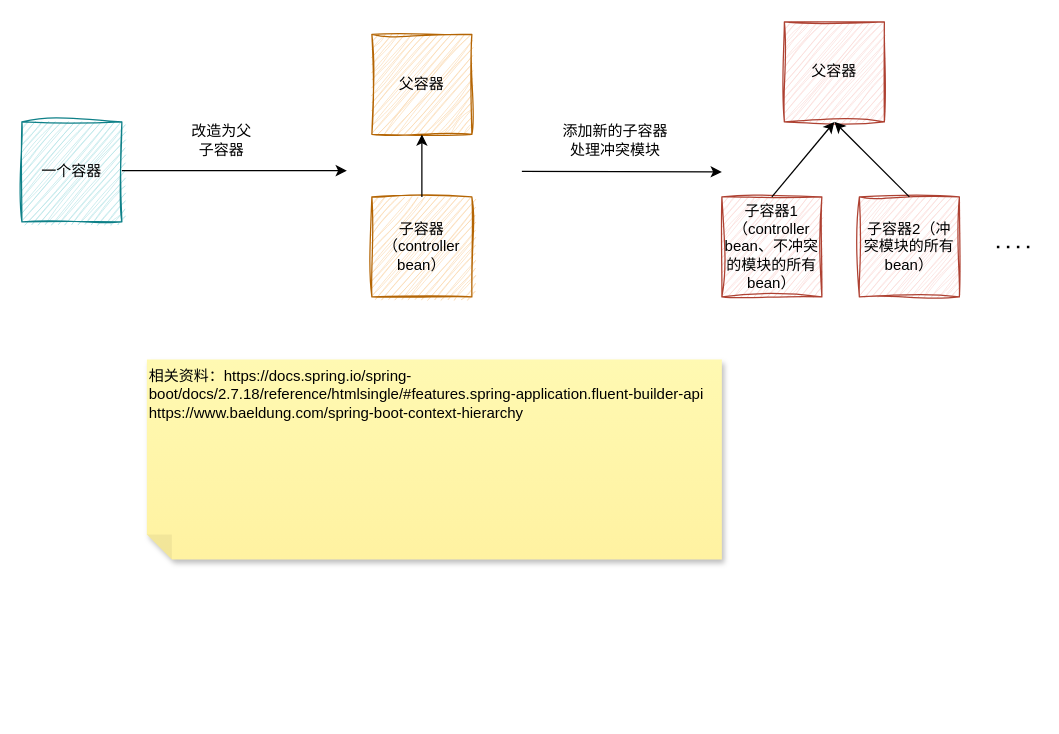
jiandanfeng/file_viewer keeps this draw.io diagram as springboot父子容器.drawio. Above is the earlier version. Source tidied: cells renumbered, new cells numbered last; positions are measured from the earlier drawing's top-left corner, leaving out a move shared by most shapes. Both pictures are drawn from the tidied source at 125%, with x=0, y=0 at pixel (21, 21).
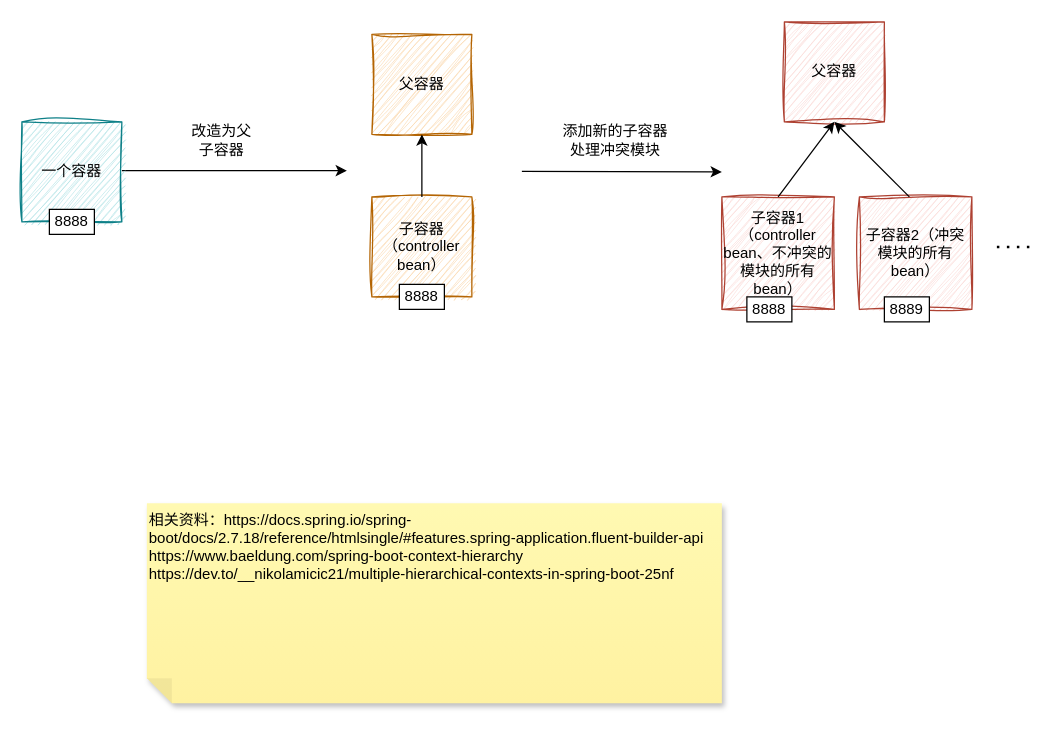
After the change.

Commit message (it also covers changes not shown here):
更新springboot父子容器.drawio

The edit, as a diff of the source:
```diff
@@
-    <mxCell id="2" value="一个容器" style="whiteSpace=wrap;html=1;fillColor=#b0e3e6;strokeColor=#0e8088;glass=0;rounded=0;sketch=1;curveFitting=1;jiggle=2;" parent="1" vertex="1">
-      <mxGeometry y="80" width="80" height="80" as="geometry" />
-    </mxCell>
@@
     <mxCell id="5" style="group;" parent="1" vertex="1">
-      <mxGeometry x="280" y="10" width="80" height="210" as="geometry" />
+      <mxGeometry x="280" y="10" width="80" height="220" as="geometry" />
     </mxCell>
@@
+    <mxCell id="19" value="8888" style="rounded=0;whiteSpace=wrap;html=1;" parent="5" vertex="1">
+      <mxGeometry x="22" y="200" width="36" height="20" as="geometry" />
+    </mxCell>
@@
+    <mxCell id="18" value="相关资料：https://docs.spring.io/spring-boot/docs/2.7.18/reference/htmlsingle/#features.spring-application.fluent-builder-api&lt;div&gt;https://www.baeldung.com/spring-boot-context-hierarchy&lt;/div&gt;&lt;div&gt;https://dev.to/__nikolamicic21/multiple-hierarchical-contexts-in-spring-boot-25nf&lt;/div&gt;" style="shape=note;whiteSpace=wrap;html=1;backgroundOutline=1;fontColor=#000000;darkOpacity=0.05;fillColor=#FFF9B2;strokeColor=none;fillStyle=solid;direction=west;gradientDirection=north;gradientColor=#FFF2A1;shadow=1;size=20;align=left;verticalAlign=top;" parent="1" vertex="1">
+      <mxGeometry x="100" y="385" width="460" height="160" as="geometry" />
+    </mxCell>
+    <mxCell id="20" style="group;" parent="1" vertex="1">
+      <mxGeometry x="560" width="250" height="240" as="geometry" />
+    </mxCell>
-    <mxCell id="11" style="group;fillColor=none;" parent="1" vertex="1">
-      <mxGeometry x="560" width="250" height="220" as="geometry" />
+    <mxCell id="11" style="group;fillColor=none;" parent="20" vertex="1">
+      <mxGeometry width="250" height="230" as="geometry" />
     </mxCell>
@@
     <mxCell id="13" value="子容器1（controller bean、不冲突的模块的所有bean）" style="whiteSpace=wrap;html=1;fillColor=#fad9d5;strokeColor=#ae4132;sketch=1;curveFitting=1;jiggle=2;" parent="11" vertex="1">
-      <mxGeometry y="140" width="80" height="80" as="geometry" />
+      <mxGeometry y="140" width="90" height="90" as="geometry" />
     </mxCell>
@@
     <mxCell id="15" value="子容器2（冲突模块的所有bean）" style="whiteSpace=wrap;html=1;fillColor=#fad9d5;strokeColor=#ae4132;sketch=1;curveFitting=1;jiggle=2;" parent="11" vertex="1">
-      <mxGeometry x="110" y="140" width="80" height="80" as="geometry" />
+      <mxGeometry x="110" y="140" width="90" height="90" as="geometry" />
     </mxCell>
@@
-    <mxCell id="18" value="相关资料：https://docs.spring.io/spring-boot/docs/2.7.18/reference/htmlsingle/#features.spring-application.fluent-builder-api&lt;div&gt;https://www.baeldung.com/spring-boot-context-hierarchy&lt;/div&gt;" style="shape=note;whiteSpace=wrap;html=1;backgroundOutline=1;fontColor=#000000;darkOpacity=0.05;fillColor=#FFF9B2;strokeColor=none;fillStyle=solid;direction=west;gradientDirection=north;gradientColor=#FFF2A1;shadow=1;size=20;align=left;verticalAlign=top;" parent="1" vertex="1">
-      <mxGeometry x="100" y="270" width="460" height="160" as="geometry" />
-    </mxCell>
+    <mxCell id="21" value="8888" style="rounded=0;whiteSpace=wrap;html=1;" parent="20" vertex="1">
+      <mxGeometry x="20" y="220" width="36" height="20" as="geometry" />
+    </mxCell>
+    <mxCell id="22" value="8889" style="rounded=0;whiteSpace=wrap;html=1;" parent="20" vertex="1">
+      <mxGeometry x="130" y="220" width="36" height="20" as="geometry" />
+    </mxCell>
+    <mxCell id="23" style="group;" parent="1" vertex="1">
+      <mxGeometry y="80" width="80" height="90" as="geometry" />
+    </mxCell>
+    <mxCell id="2" value="一个容器" style="whiteSpace=wrap;html=1;fillColor=#b0e3e6;strokeColor=#0e8088;glass=0;rounded=0;sketch=1;curveFitting=1;jiggle=2;" parent="23" vertex="1">
+      <mxGeometry width="80" height="80" as="geometry" />
+    </mxCell>
+    <mxCell id="24" value="8888" style="rounded=0;whiteSpace=wrap;html=1;" parent="23" vertex="1">
+      <mxGeometry x="22" y="70" width="36" height="20" as="geometry" />
+    </mxCell>
```
